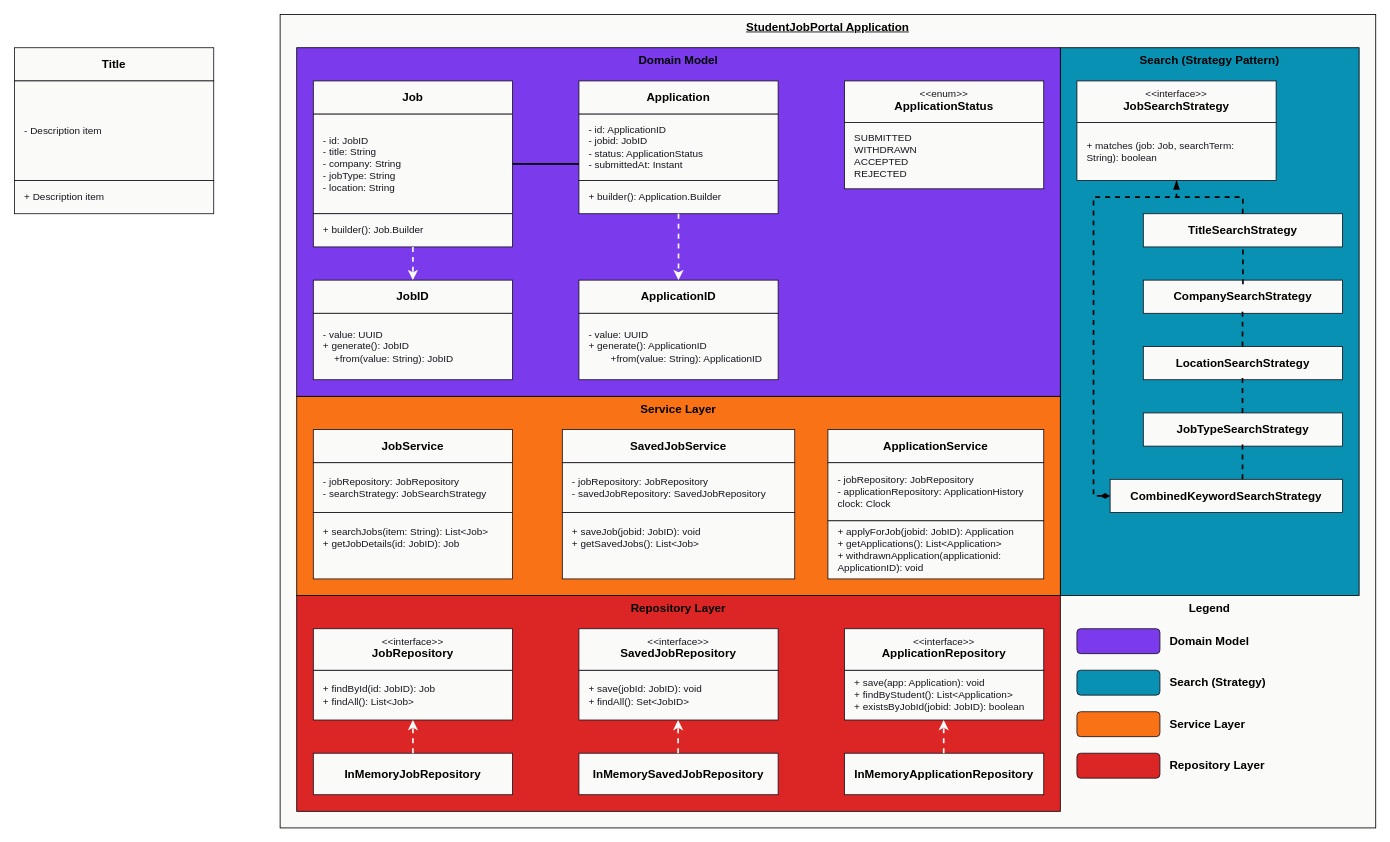
Marcus-Tipler/java-oo-priciples-and-search-algorithms keeps this draw.io diagram as page "Class Diagram" (2 of 3) of 1. Part 1/1. Diagrams/24062219_CM2307_All-Diagrams_2026-08-12.drawio. Above is the earlier version. Source tidied: cells renumbered, new cells numbered last; positions are measured from the earlier drawing's top-left corner, leaving out a move shared by most shapes. Both pictures are drawn from the tidied source at 83%, with x=0, y=0 at pixel (14, 14).
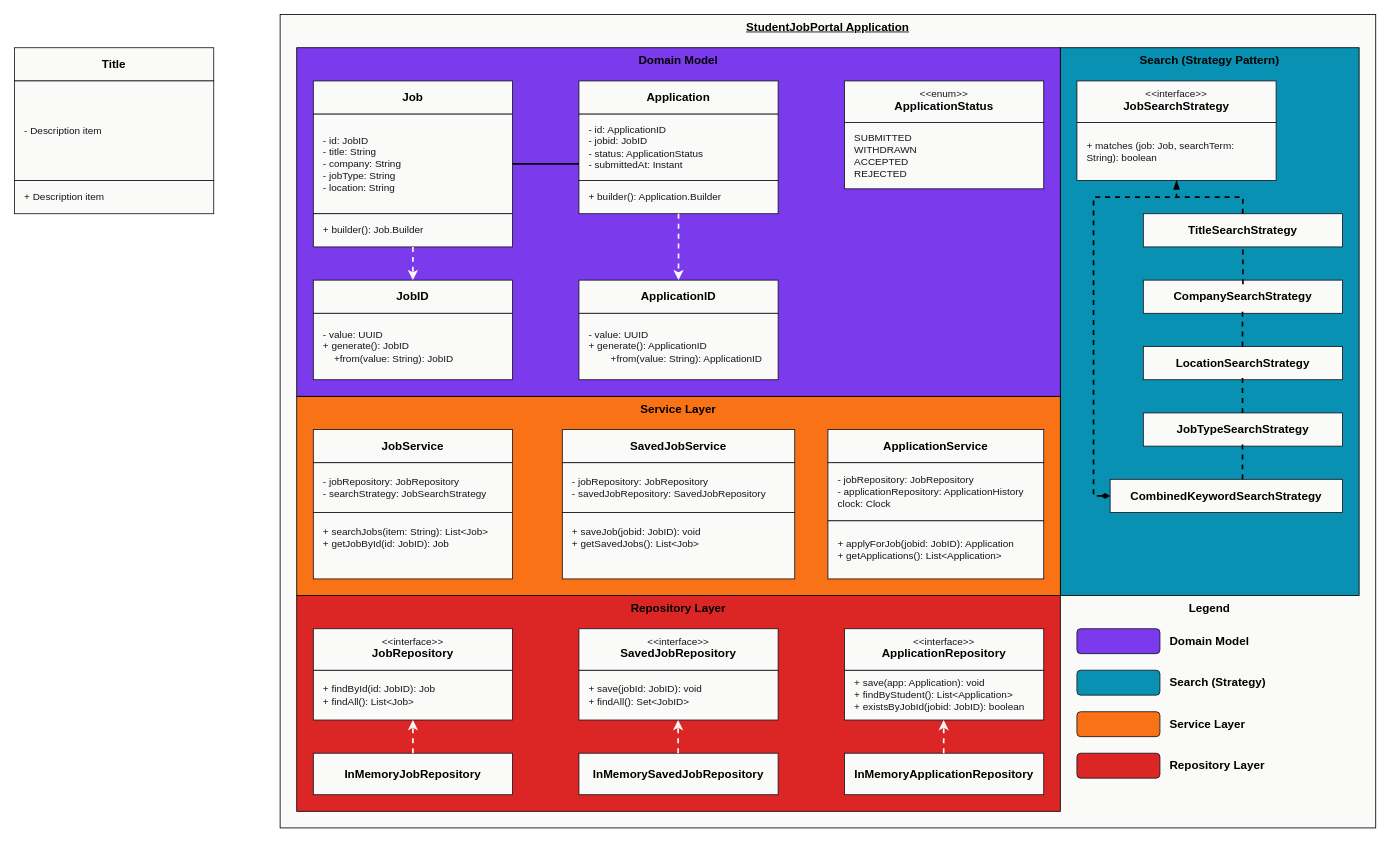
Above is the later version.

Change to the diagram source:
```diff
@@
-    <mxCell id="52" value="&lt;font color=&quot;#18141d&quot;&gt;+ applyForJob(jobid: JobID): Application&lt;br&gt;+ getApplications(): List&amp;lt;Application&amp;gt;&lt;br&gt;+ withdrawnApplication(applicationid: ApplicationID): void&lt;br&gt;&lt;/font&gt;" style="text;html=1;strokeColor=none;fillColor=none;align=left;verticalAlign=middle;whiteSpace=wrap;rounded=0;" parent="1" vertex="1">
+    <mxCell id="52" value="&lt;font color=&quot;#18141d&quot;&gt;+ applyForJob(jobid: JobID): Application&lt;br&gt;+ getApplications(): List&amp;lt;Application&amp;gt;&lt;br&gt;&lt;/font&gt;" style="text;html=1;strokeColor=none;fillColor=none;align=left;verticalAlign=middle;whiteSpace=wrap;rounded=0;" parent="1" vertex="1">
       <mxGeometry x="990" y="610" width="240" height="70" as="geometry" />
     </mxCell>
@@
-    <mxCell id="56" value="&lt;font color=&quot;#18141d&quot;&gt;+ searchJobs(item: String): List&amp;lt;Job&amp;gt;&lt;br&gt;+ getJobDetails(id: JobID): Job&lt;br&gt;&lt;/font&gt;" style="text;html=1;strokeColor=none;fillColor=none;align=left;verticalAlign=middle;whiteSpace=wrap;rounded=0;" parent="1" vertex="1">
+    <mxCell id="56" value="&lt;font color=&quot;#18141d&quot;&gt;+ searchJobs(item: String): List&amp;lt;Job&amp;gt;&lt;br&gt;+ getJobById(id: JobID): Job&lt;br&gt;&lt;/font&gt;" style="text;html=1;strokeColor=none;fillColor=none;align=left;verticalAlign=middle;whiteSpace=wrap;rounded=0;" parent="1" vertex="1">
       <mxGeometry x="370" y="610" width="220" height="40" as="geometry" />
     </mxCell>
```
